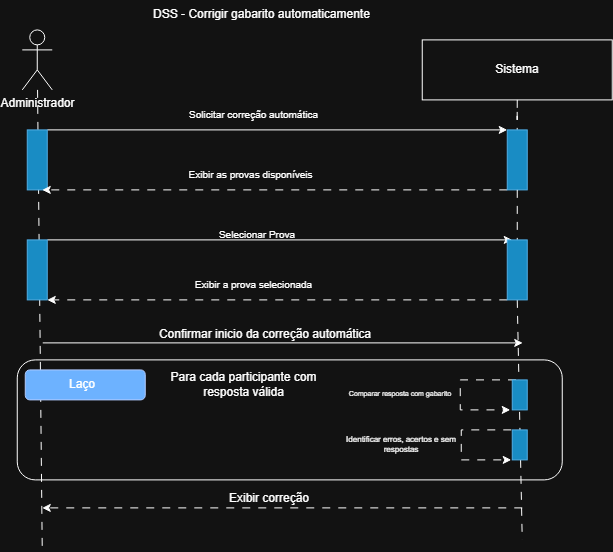
The draw.io diagram diagrama_sequência_sistema_altaprioridade/Corrigir gabarito automaticamente.png in ltcassis/RESAB-Engenharia-de-Soft, before a commit. Source tidied: cells renumbered, new cells last; positions are measured from the earlier drawing's top-left corner, leaving out a move shared by most shapes.
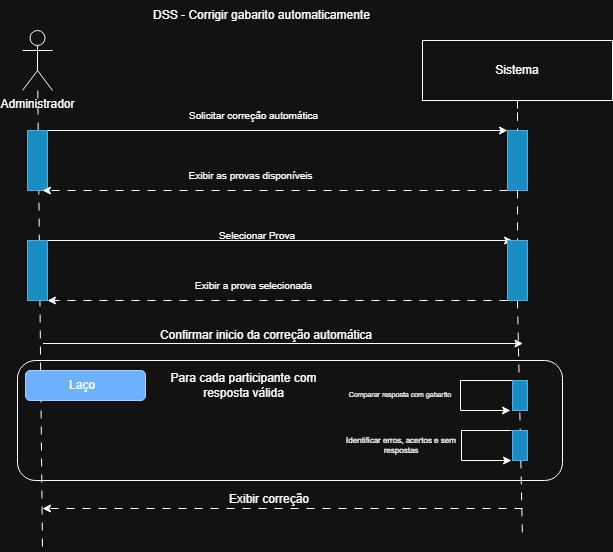
After the commit.

Diff of the diagram source:
```diff
@@ -81,7 +81,7 @@
     <mxCell id="25" value="Confirmar inicio da correção automática" style="text;html=1;whiteSpace=wrap;strokeColor=none;fillColor=none;align=center;verticalAlign=middle;rounded=0;" parent="1" vertex="1">
       <mxGeometry x="90.5" y="320" width="316" height="30" as="geometry" />
     </mxCell>
-    <mxCell id="26" style="endArrow=classic;html=1;rounded=0;dashed=1;dashPattern=8 8;exitX=0.25;exitY=0;exitDx=0;exitDy=0;" parent="1" edge="1" source="34">
+    <mxCell id="26" style="endArrow=classic;html=1;rounded=0;exitX=0.25;exitY=0;exitDx=0;exitDy=0;" parent="1" edge="1" source="34">
       <mxGeometry relative="1" as="geometry">
         <mxPoint x="493" y="410" as="targetPoint" />
         <Array as="points">
@@ -93,7 +93,7 @@
     <mxCell id="27" value="Identificar erros, acertos e sem respostas" style="text;html=1;whiteSpace=wrap;strokeColor=none;fillColor=none;align=center;verticalAlign=middle;rounded=0;fontSize=8;" parent="1" vertex="1">
       <mxGeometry x="317" y="430" width="134" height="30" as="geometry" />
     </mxCell>
-    <mxCell id="28" style="endArrow=classic;html=1;rounded=0;dashed=1;dashPattern=8 8;" parent="1" edge="1">
+    <mxCell id="28" style="endArrow=classic;html=1;rounded=0;" parent="1" edge="1">
       <mxGeometry relative="1" as="geometry">
         <mxPoint x="494" y="430" as="sourcePoint" />
         <mxPoint x="494" y="460" as="targetPoint" />
```
